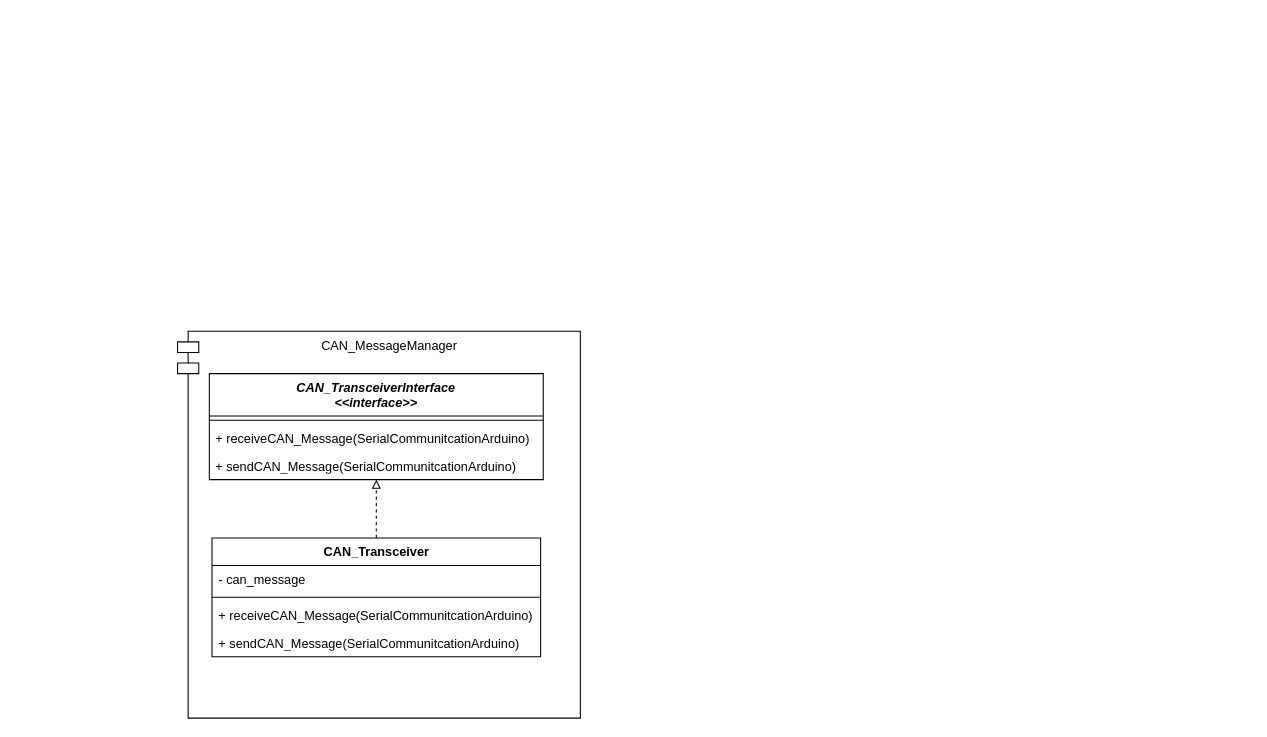
Before: Architecture/CAN_Transceiver.drawio in Uhgtred/Car_Infotainment_System, a draw.io diagram. Source tidied: cells renumbered, new cells numbered last; positions are measured from the earlier drawing's top-left corner, leaving out a move shared by most shapes. Both pictures are drawn from the tidied source at 106%, with x=0, y=0 at pixel (177, 331).
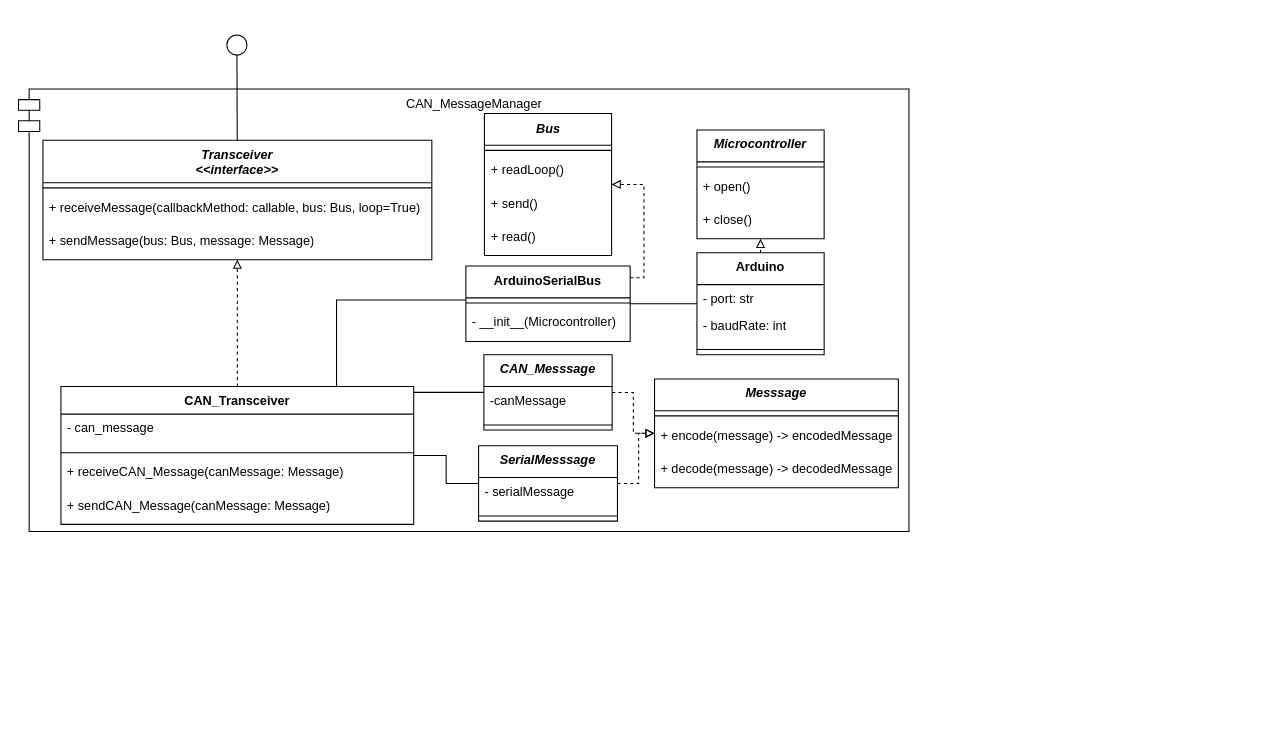
After the change.

The edit, as a diff of the source:
```diff
@@
+    <mxCell id="13" style="group;" parent="1" vertex="1">
+      <mxGeometry x="-140" y="-295" width="1150" height="490" as="geometry" />
+    </mxCell>
+    <mxCell id="14" style="group;" parent="13" vertex="1">
+      <mxGeometry x="-10" y="42.3" width="1150" height="441.6" as="geometry" />
+    </mxCell>
+    <mxCell id="15" style="group;" parent="14" vertex="1">
+      <mxGeometry y="24.2" width="840" height="417.4" as="geometry" />
+    </mxCell>
-    <mxCell id="2" value="CAN_MessageManager" style="shape=module;align=left;spacingLeft=20;align=center;verticalAlign=top;whiteSpace=wrap;html=1;" parent="1" vertex="1">
-      <mxGeometry width="380" height="365" as="geometry" />
+    <mxCell id="2" value="CAN_MessageManager" style="shape=module;align=left;spacingLeft=20;align=center;verticalAlign=top;whiteSpace=wrap;html=1;" parent="15" vertex="1">
+      <mxGeometry width="840" height="417.4" as="geometry" />
     </mxCell>
-    <mxCell id="3" style="edgeStyle=orthogonalEdgeStyle;rounded=0;jettySize=auto;html=1;dashed=1;endArrow=block;endFill=0;" parent="1" edge="1" source="4" target="9">
-      <mxGeometry relative="1" as="geometry" />
-    </mxCell>
-    <mxCell id="4" value="CAN_Transceiver" style="swimlane;fontStyle=1;align=center;verticalAlign=top;horizontal=1;startSize=26;whiteSpace=wrap;html=1;" parent="1" vertex="1">
-      <mxGeometry x="32.5" y="195" width="310" height="112" as="geometry" />
+    <mxCell id="4" value="CAN_Transceiver" style="swimlane;fontStyle=1;align=center;verticalAlign=top;horizontal=1;startSize=26;whiteSpace=wrap;html=1;" parent="15" vertex="1">
+      <mxGeometry x="40" y="280.7" width="332.8" height="130" as="geometry" />
     </mxCell>
     <mxCell id="5" value="- can_message" style="text;strokeColor=none;fillColor=none;align=left;verticalAlign=top;spacingLeft=4;spacingRight=4;overflow=hidden;whiteSpace=wrap;html=1;" parent="4" vertex="1">
-      <mxGeometry y="26" width="310" height="26" as="geometry" />
+      <mxGeometry y="26" width="332.8" height="31.5" as="geometry" />
     </mxCell>
     <mxCell id="6" style="line;strokeWidth=1;fillColor=none;align=left;verticalAlign=middle;spacingTop=-1;spacingLeft=3;spacingRight=3;labelPosition=right;strokeColor=inherit;" parent="4" vertex="1">
-      <mxGeometry y="52" width="310" height="8" as="geometry" />
+      <mxGeometry y="57.5" width="332.8" height="9.7" as="geometry" />
     </mxCell>
-    <mxCell id="7" value="+ receiveCAN_Message(SerialCommunitcationArduino)" style="text;strokeColor=none;fillColor=none;align=left;verticalAlign=top;spacingLeft=4;spacingRight=4;overflow=hidden;whiteSpace=wrap;html=1;" parent="4" vertex="1">
-      <mxGeometry y="60" width="310" height="26" as="geometry" />
+    <mxCell id="7" value="+ receiveCAN_Message(canMessage: Message)" style="text;strokeColor=none;fillColor=none;align=left;verticalAlign=top;spacingLeft=4;spacingRight=4;overflow=hidden;whiteSpace=wrap;html=1;" parent="4" vertex="1">
+      <mxGeometry y="67.1" width="332.8" height="31.5" as="geometry" />
     </mxCell>
-    <mxCell id="8" value="+ sendCAN_Message(SerialCommunitcationArduino)" style="text;strokeColor=none;fillColor=none;align=left;verticalAlign=top;spacingLeft=4;spacingRight=4;overflow=hidden;whiteSpace=wrap;html=1;" parent="4" vertex="1">
-      <mxGeometry y="86" width="310" height="26" as="geometry" />
+    <mxCell id="8" value="+ sendCAN_Message(canMessage: Message)" style="text;strokeColor=none;fillColor=none;align=left;verticalAlign=top;spacingLeft=4;spacingRight=4;overflow=hidden;whiteSpace=wrap;html=1;" parent="4" vertex="1">
+      <mxGeometry y="98.6" width="332.8" height="31.5" as="geometry" />
     </mxCell>
-    <mxCell id="9" value="&lt;i&gt;CAN_TransceiverInterface&lt;br&gt;&amp;lt;&amp;lt;interface&amp;gt;&amp;gt;&lt;br&gt;&lt;/i&gt;" style="swimlane;fontStyle=1;align=center;verticalAlign=top;horizontal=1;startSize=40;whiteSpace=wrap;html=1;" parent="1" vertex="1">
-      <mxGeometry x="30" y="40" width="315" height="100" as="geometry" />
+    <mxCell id="9" value="&lt;i&gt;Transceiver&lt;br&gt;&amp;lt;&amp;lt;interface&amp;gt;&amp;gt;&lt;br&gt;&lt;/i&gt;" style="swimlane;fontStyle=1;align=center;verticalAlign=top;horizontal=1;startSize=40;whiteSpace=wrap;html=1;" parent="15" vertex="1">
+      <mxGeometry x="23" y="48.4" width="366.9" height="112.6" as="geometry" />
     </mxCell>
     <mxCell id="10" style="line;strokeWidth=1;fillColor=none;align=left;verticalAlign=middle;spacingTop=-1;spacingLeft=3;spacingRight=3;labelPosition=right;strokeColor=inherit;" parent="9" vertex="1">
-      <mxGeometry y="40" width="315" height="8" as="geometry" />
+      <mxGeometry y="40" width="366.9" height="9.7" as="geometry" />
     </mxCell>
-    <mxCell id="11" value="+ receiveCAN_Message(SerialCommunitcationArduino)" style="text;strokeColor=none;fillColor=none;align=left;verticalAlign=top;spacingLeft=4;spacingRight=4;overflow=hidden;whiteSpace=wrap;html=1;" parent="9" vertex="1">
-      <mxGeometry y="48" width="315" height="26" as="geometry" />
+    <mxCell id="11" value="+ receiveMessage(callbackMethod: callable, bus: Bus, loop=True)&amp;nbsp;" style="text;strokeColor=none;fillColor=none;align=left;verticalAlign=top;spacingLeft=4;spacingRight=4;overflow=hidden;whiteSpace=wrap;html=1;" parent="9" vertex="1">
+      <mxGeometry y="49.7" width="366.9" height="31.5" as="geometry" />
     </mxCell>
-    <mxCell id="12" value="+ sendCAN_Message(SerialCommunitcationArduino)" style="text;strokeColor=none;fillColor=none;align=left;verticalAlign=top;spacingLeft=4;spacingRight=4;overflow=hidden;whiteSpace=wrap;html=1;" parent="9" vertex="1">
-      <mxGeometry y="74" width="315" height="26" as="geometry" />
+    <mxCell id="12" value="+ sendMessage(bus: Bus, message: Message)" style="text;strokeColor=none;fillColor=none;align=left;verticalAlign=top;spacingLeft=4;spacingRight=4;overflow=hidden;whiteSpace=wrap;html=1;" parent="9" vertex="1">
+      <mxGeometry y="81.1" width="366.9" height="31.5" as="geometry" />
     </mxCell>
+    <mxCell id="3" style="edgeStyle=orthogonalEdgeStyle;rounded=0;jettySize=auto;html=1;dashed=1;endArrow=block;endFill=0;" parent="15" edge="1" source="4" target="9">
+      <mxGeometry relative="1" as="geometry" />
+    </mxCell>
+    <mxCell id="16" value="&lt;i&gt;Bus&lt;/i&gt;&lt;i&gt;&lt;br&gt;&lt;/i&gt;" style="swimlane;fontStyle=1;align=center;verticalAlign=top;horizontal=1;startSize=30;whiteSpace=wrap;html=1;" parent="15" vertex="1">
+      <mxGeometry x="439.5" y="23" width="120" height="134" as="geometry" />
+    </mxCell>
+    <mxCell id="17" style="line;strokeWidth=1;fillColor=none;align=left;verticalAlign=middle;spacingTop=-1;spacingLeft=3;spacingRight=3;labelPosition=right;strokeColor=inherit;" parent="16" vertex="1">
+      <mxGeometry y="30" width="120" height="9.7" as="geometry" />
+    </mxCell>
+    <mxCell id="18" value="+ readLoop()" style="text;strokeColor=none;fillColor=none;align=left;verticalAlign=top;spacingLeft=4;spacingRight=4;overflow=hidden;whiteSpace=wrap;html=1;" parent="16" vertex="1">
+      <mxGeometry y="39.7" width="120" height="31.5" as="geometry" />
+    </mxCell>
+    <mxCell id="19" value="+ send()" style="text;strokeColor=none;fillColor=none;align=left;verticalAlign=top;spacingLeft=4;spacingRight=4;overflow=hidden;whiteSpace=wrap;html=1;" parent="16" vertex="1">
+      <mxGeometry y="71.1" width="120" height="31.5" as="geometry" />
+    </mxCell>
+    <mxCell id="20" value="+ read()" style="text;strokeColor=none;fillColor=none;align=left;verticalAlign=top;spacingLeft=4;spacingRight=4;overflow=hidden;whiteSpace=wrap;html=1;" parent="16" vertex="1">
+      <mxGeometry y="102.6" width="120" height="31.5" as="geometry" />
+    </mxCell>
+    <mxCell id="21" style="edgeStyle=orthogonalEdgeStyle;rounded=0;jettySize=auto;html=1;endArrow=none;endFill=0;" parent="15" edge="1" source="22" target="4">
+      <mxGeometry relative="1" as="geometry" />
+    </mxCell>
+    <mxCell id="22" value="&lt;i&gt;SerialMesssage&lt;br&gt;&lt;/i&gt;" style="swimlane;fontStyle=1;align=center;verticalAlign=top;horizontal=1;startSize=30;whiteSpace=wrap;html=1;" parent="15" vertex="1">
+      <mxGeometry x="434" y="336.5" width="131" height="71.1" as="geometry" />
+    </mxCell>
+    <mxCell id="23" value="- serialMessage" style="text;strokeColor=none;fillColor=none;align=left;verticalAlign=top;spacingLeft=4;spacingRight=4;overflow=hidden;whiteSpace=wrap;html=1;" parent="22" vertex="1">
+      <mxGeometry y="30" width="131" height="31.5" as="geometry" />
+    </mxCell>
+    <mxCell id="24" style="line;strokeWidth=1;fillColor=none;align=left;verticalAlign=middle;spacingTop=-1;spacingLeft=3;spacingRight=3;labelPosition=right;strokeColor=inherit;" parent="22" vertex="1">
+      <mxGeometry y="61.5" width="131" height="9.7" as="geometry" />
+    </mxCell>
+    <mxCell id="25" value="&lt;i&gt;Messsage&lt;br&gt;&lt;/i&gt;" style="swimlane;fontStyle=1;align=center;verticalAlign=top;horizontal=1;startSize=30;whiteSpace=wrap;html=1;" parent="15" vertex="1">
+      <mxGeometry x="600" y="273.5" width="230" height="102.6" as="geometry" />
+    </mxCell>
+    <mxCell id="26" style="line;strokeWidth=1;fillColor=none;align=left;verticalAlign=middle;spacingTop=-1;spacingLeft=3;spacingRight=3;labelPosition=right;strokeColor=inherit;" parent="25" vertex="1">
+      <mxGeometry y="30" width="230" height="9.7" as="geometry" />
+    </mxCell>
+    <mxCell id="27" value="+ encode(message) -&amp;gt; encodedMessage" style="text;strokeColor=none;fillColor=none;align=left;verticalAlign=top;spacingLeft=4;spacingRight=4;overflow=hidden;whiteSpace=wrap;html=1;" parent="25" vertex="1">
+      <mxGeometry y="39.7" width="230" height="31.5" as="geometry" />
+    </mxCell>
+    <mxCell id="28" value="+ decode(message) -&amp;gt; decodedMessage" style="text;strokeColor=none;fillColor=none;align=left;verticalAlign=top;spacingLeft=4;spacingRight=4;overflow=hidden;whiteSpace=wrap;html=1;" parent="25" vertex="1">
+      <mxGeometry y="71.1" width="230" height="31.5" as="geometry" />
+    </mxCell>
+    <mxCell id="29" style="edgeStyle=orthogonalEdgeStyle;rounded=0;jettySize=auto;html=1;endArrow=block;endFill=0;dashed=1;" parent="15" edge="1" source="22" target="25">
+      <mxGeometry relative="1" as="geometry" />
+    </mxCell>
+    <mxCell id="30" style="edgeStyle=orthogonalEdgeStyle;rounded=0;jettySize=auto;html=1;endArrow=block;endFill=0;dashed=1;" parent="15" edge="1" source="31" target="16">
+      <mxGeometry relative="1" as="geometry">
+        <Array as="points">
+          <mxPoint x="590" y="178" />
+          <mxPoint x="590" y="90" />
+        </Array>
+      </mxGeometry>
+    </mxCell>
+    <mxCell id="31" value="ArduinoSerialBus" style="swimlane;fontStyle=1;align=center;verticalAlign=top;horizontal=1;startSize=30;whiteSpace=wrap;html=1;" parent="15" vertex="1">
+      <mxGeometry x="422" y="167" width="155" height="71.1" as="geometry" />
+    </mxCell>
+    <mxCell id="32" style="line;strokeWidth=1;fillColor=none;align=left;verticalAlign=middle;spacingTop=-1;spacingLeft=3;spacingRight=3;labelPosition=right;strokeColor=inherit;" parent="31" vertex="1">
+      <mxGeometry y="30" width="155" height="9.7" as="geometry" />
+    </mxCell>
+    <mxCell id="33" value="- __init__(Microcontroller)" style="text;strokeColor=none;fillColor=none;align=left;verticalAlign=top;spacingLeft=4;spacingRight=4;overflow=hidden;whiteSpace=wrap;html=1;" parent="31" vertex="1">
+      <mxGeometry y="39.7" width="155" height="31.5" as="geometry" />
+    </mxCell>
+    <mxCell id="34" style="edgeStyle=orthogonalEdgeStyle;rounded=0;jettySize=auto;html=1;endArrow=none;endFill=0;" parent="15" edge="1" source="4" target="31">
+      <mxGeometry relative="1" as="geometry">
+        <Array as="points">
+          <mxPoint x="300" y="199" />
+        </Array>
+      </mxGeometry>
+    </mxCell>
+    <mxCell id="35" style="edgeStyle=orthogonalEdgeStyle;rounded=0;jettySize=auto;html=1;endArrow=block;endFill=0;endSize=6;dashed=1;" parent="15" edge="1" source="47" target="25">
+      <mxGeometry relative="1" as="geometry" />
+    </mxCell>
+    <mxCell id="36" style="edgeStyle=orthogonalEdgeStyle;rounded=0;jettySize=auto;html=1;endArrow=none;endFill=0;endSize=6;" parent="15" edge="1" source="47" target="4">
+      <mxGeometry relative="1" as="geometry">
+        <Array as="points">
+          <mxPoint x="450" y="303.7" />
+          <mxPoint x="450" y="303.7" />
+        </Array>
+      </mxGeometry>
+    </mxCell>
+    <mxCell id="37" value="&lt;i&gt;Microcontroller&lt;/i&gt;&lt;i&gt;&lt;br&gt;&lt;/i&gt;" style="swimlane;fontStyle=1;align=center;verticalAlign=top;horizontal=1;startSize=30;whiteSpace=wrap;html=1;" parent="15" vertex="1">
+      <mxGeometry x="640" y="38.7" width="120" height="102.6" as="geometry" />
+    </mxCell>
+    <mxCell id="38" style="line;strokeWidth=1;fillColor=none;align=left;verticalAlign=middle;spacingTop=-1;spacingLeft=3;spacingRight=3;labelPosition=right;strokeColor=inherit;" parent="37" vertex="1">
+      <mxGeometry y="30" width="120" height="9.7" as="geometry" />
+    </mxCell>
+    <mxCell id="39" value="+ open()" style="text;strokeColor=none;fillColor=none;align=left;verticalAlign=top;spacingLeft=4;spacingRight=4;overflow=hidden;whiteSpace=wrap;html=1;" parent="37" vertex="1">
+      <mxGeometry y="39.7" width="120" height="31.5" as="geometry" />
+    </mxCell>
+    <mxCell id="40" value="+ close()" style="text;strokeColor=none;fillColor=none;align=left;verticalAlign=top;spacingLeft=4;spacingRight=4;overflow=hidden;whiteSpace=wrap;html=1;" parent="37" vertex="1">
+      <mxGeometry y="71.1" width="120" height="31.5" as="geometry" />
+    </mxCell>
+    <mxCell id="41" style="edgeStyle=orthogonalEdgeStyle;rounded=0;jettySize=auto;html=1;dashed=1;endArrow=block;endFill=0;" parent="15" edge="1" source="42" target="37">
+      <mxGeometry relative="1" as="geometry">
+        <Array as="points">
+          <mxPoint x="720" y="121" />
+          <mxPoint x="720" y="121" />
+        </Array>
+      </mxGeometry>
+    </mxCell>
+    <mxCell id="42" value="Arduino&lt;i&gt;&lt;br&gt;&lt;/i&gt;" style="swimlane;fontStyle=1;align=center;verticalAlign=top;horizontal=1;startSize=30;whiteSpace=wrap;html=1;" parent="15" vertex="1">
+      <mxGeometry x="640" y="154.5" width="120" height="96.1" as="geometry" />
+    </mxCell>
+    <mxCell id="43" value="- port: str" style="text;strokeColor=none;fillColor=none;align=left;verticalAlign=top;spacingLeft=4;spacingRight=4;overflow=hidden;whiteSpace=wrap;html=1;" parent="42" vertex="1">
+      <mxGeometry y="30" width="120" height="24.9" as="geometry" />
+    </mxCell>
+    <mxCell id="44" value="- baudRate: int" style="text;strokeColor=none;fillColor=none;align=left;verticalAlign=top;spacingLeft=4;spacingRight=4;overflow=hidden;whiteSpace=wrap;html=1;" parent="42" vertex="1">
+      <mxGeometry y="54.9" width="120" height="31.5" as="geometry" />
+    </mxCell>
+    <mxCell id="45" style="line;strokeWidth=1;fillColor=none;align=left;verticalAlign=middle;spacingTop=-1;spacingLeft=3;spacingRight=3;labelPosition=right;strokeColor=inherit;" parent="42" vertex="1">
+      <mxGeometry y="86.4" width="120" height="9.7" as="geometry" />
+    </mxCell>
+    <mxCell id="46" style="edgeStyle=orthogonalEdgeStyle;rounded=0;jettySize=auto;html=1;endArrow=none;endFill=0;" parent="15" edge="1" source="31" target="42">
+      <mxGeometry relative="1" as="geometry">
+        <Array as="points">
+          <mxPoint x="650" y="196.6" />
+          <mxPoint x="650" y="196.6" />
+        </Array>
+      </mxGeometry>
+    </mxCell>
+    <mxCell id="47" value="&lt;i&gt;CAN_Messsage&lt;br&gt;&lt;/i&gt;" style="swimlane;fontStyle=1;align=center;verticalAlign=top;horizontal=1;startSize=30;whiteSpace=wrap;html=1;" parent="15" vertex="1">
+      <mxGeometry x="439" y="250.6" width="121" height="71.1" as="geometry" />
+    </mxCell>
+    <mxCell id="48" value="-canMessage" style="text;strokeColor=none;fillColor=none;align=left;verticalAlign=top;spacingLeft=4;spacingRight=4;overflow=hidden;whiteSpace=wrap;html=1;" parent="47" vertex="1">
+      <mxGeometry y="30" width="121" height="31.5" as="geometry" />
+    </mxCell>
+    <mxCell id="49" style="line;strokeWidth=1;fillColor=none;align=left;verticalAlign=middle;spacingTop=-1;spacingLeft=3;spacingRight=3;labelPosition=right;strokeColor=inherit;" parent="47" vertex="1">
+      <mxGeometry y="61.5" width="121" height="9.7" as="geometry" />
+    </mxCell>
+    <mxCell id="50" style="html=1;verticalAlign=bottom;labelBackgroundColor=none;endArrow=oval;endFill=0;endSize=19;rounded=0;" parent="13" edge="1" source="9">
+      <mxGeometry relative="1" as="geometry">
+        <mxPoint x="196" y="25" as="targetPoint" />
+      </mxGeometry>
+    </mxCell>
```
